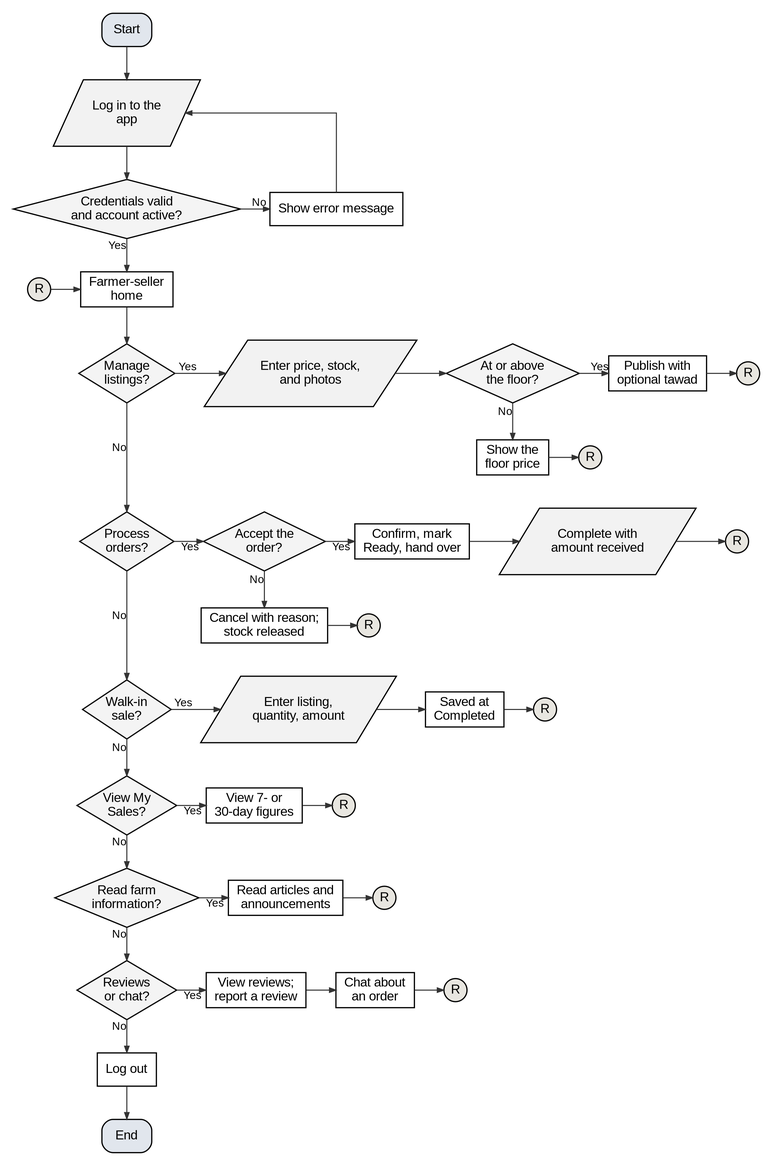
shawncastaneda11-commits/anihow-backend keeps this Graphviz diagram as docs/manuscript/figures/fig5d_flow_farmer_seller.png. Above is the earlier version. Its source is kept beside it as docs/manuscript/figures/src/fig5d_flow_farmer_seller.dot.
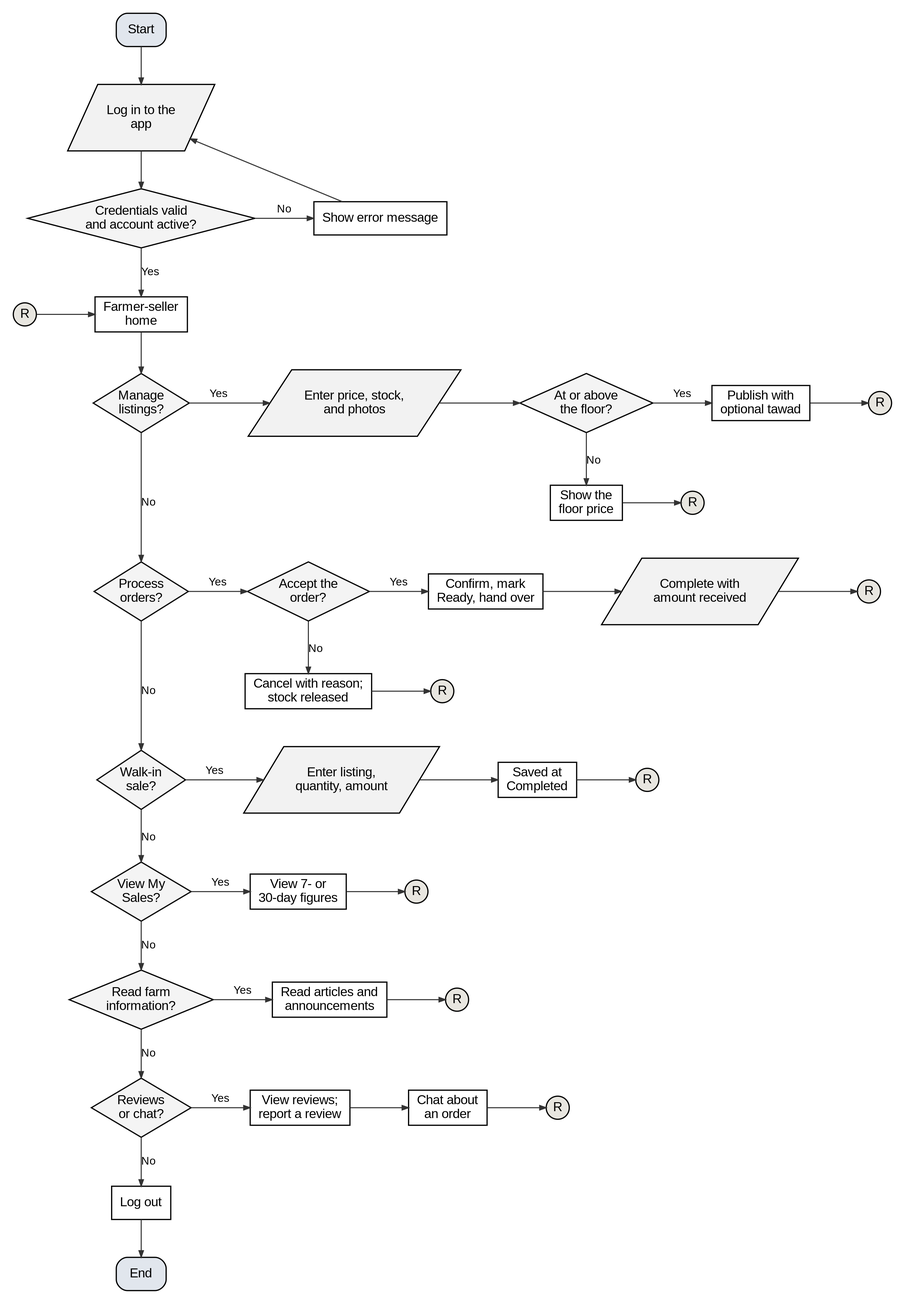
The same diagram one commit later.

What changed in the source:
```diff
@@ -1,5 +1,5 @@
 digraph G {
-  graph [rankdir=TB, nodesep=0.45, ranksep=0.5, pad=0.2, fontname="Liberation Sans", newrank=true, splines=ortho];
+  graph [rankdir=TB, nodesep=0.45, ranksep=0.55, pad=0.2, fontname="Liberation Sans", newrank=true, splines=polyline];
   node  [fontname="Liberation Sans", fontsize=14, penwidth=1.3, style=filled, fillcolor="#FFFFFF", margin="0.12,0.06"];
   edge  [penwidth=1.1, arrowsize=0.7, color="#333333", fontname="Liberation Sans", fontsize=12];
   s [shape=box, style="rounded,filled", fillcolor="#E1E6ED", label="Start"];
@@ -12,77 +12,77 @@
   end [shape=box, style="rounded,filled", fillcolor="#E1E6ED", label="End"];
   s -> li;
   li -> ok;
-  ok -> err [xlabel="No"];
+  ok -> err [label="No"];
   err -> li [constraint=false];
-  ok -> home [xlabel="Yes"];
+  ok -> home [label="Yes"];
   ain -> home;
   {rank=same; ok err}
   {rank=same; home ain}
   q0 [shape=diamond, fillcolor="#F4F4F4", label="Manage\nlistings?", margin="0.02,0.02"];
   home -> q0;
   s0_0 [shape=parallelogram, fillcolor="#F2F2F2", label="Enter price, stock,\nand photos", margin="0.02,0.04"];
-  q0 -> s0_0 [xlabel="Yes"];
+  q0 -> s0_0 [label="Yes"];
   s0_1 [shape=diamond, fillcolor="#F4F4F4", label="At or above\nthe floor?", margin="0.02,0.02"];
   s0_0 -> s0_1;
   a0_1 [shape=box, label="Show the\nfloor price"];
   xa0_1 [shape=circle, width=0.35, fixedsize=true, fillcolor="#E8E6E0", label="R"];
-  s0_1 -> a0_1 [xlabel="No"];
+  s0_1 -> a0_1 [label="No"];
   a0_1 -> xa0_1;
   {rank=same; a0_1; xa0_1}
   s0_2 [shape=box, label="Publish with\noptional tawad"];
-  s0_1 -> s0_2 [xlabel="Yes"];
+  s0_1 -> s0_2 [label="Yes"];
   r0 [shape=circle, width=0.35, fixedsize=true, fillcolor="#E8E6E0", label="R"];
   s0_2 -> r0;
   {rank=same; q0; s0_0; s0_1; s0_2; r0}
   q1 [shape=diamond, fillcolor="#F4F4F4", label="Process\norders?", margin="0.02,0.02"];
-  q0 -> q1 [xlabel="No", minlen=2];
+  q0 -> q1 [label="No", minlen=2];
   s1_0 [shape=diamond, fillcolor="#F4F4F4", label="Accept the\norder?", margin="0.02,0.02"];
-  q1 -> s1_0 [xlabel="Yes"];
+  q1 -> s1_0 [label="Yes"];
   a1_0 [shape=box, label="Cancel with reason;\nstock released"];
   xa1_0 [shape=circle, width=0.35, fixedsize=true, fillcolor="#E8E6E0", label="R"];
-  s1_0 -> a1_0 [xlabel="No"];
+  s1_0 -> a1_0 [label="No"];
   a1_0 -> xa1_0;
   {rank=same; a1_0; xa1_0}
   s1_1 [shape=box, label="Confirm, mark\nReady, hand over"];
-  s1_0 -> s1_1 [xlabel="Yes"];
+  s1_0 -> s1_1 [label="Yes"];
   s1_2 [shape=parallelogram, fillcolor="#F2F2F2", label="Complete with\namount received", margin="0.02,0.04"];
   s1_1 -> s1_2;
   r1 [shape=circle, width=0.35, fixedsize=true, fillcolor="#E8E6E0", label="R"];
   s1_2 -> r1;
   {rank=same; q1; s1_0; s1_1; s1_2; r1}
   q2 [shape=diamond, fillcolor="#F4F4F4", label="Walk-in\nsale?", margin="0.02,0.02"];
-  q1 -> q2 [xlabel="No", minlen=2];
+  q1 -> q2 [label="No", minlen=2];
   s2_0 [shape=parallelogram, fillcolor="#F2F2F2", label="Enter listing,\nquantity, amount", margin="0.02,0.04"];
-  q2 -> s2_0 [xlabel="Yes"];
+  q2 -> s2_0 [label="Yes"];
   s2_1 [shape=box, label="Saved at\nCompleted"];
   s2_0 -> s2_1;
   r2 [shape=circle, width=0.35, fixedsize=true, fillcolor="#E8E6E0", label="R"];
   s2_1 -> r2;
   {rank=same; q2; s2_0; s2_1; r2}
   q3 [shape=diamond, fillcolor="#F4F4F4", label="View My\nSales?", margin="0.02,0.02"];
-  q2 -> q3 [xlabel="No"];
+  q2 -> q3 [label="No"];
   s3_0 [shape=box, label="View 7- or\n30-day figures"];
-  q3 -> s3_0 [xlabel="Yes"];
+  q3 -> s3_0 [label="Yes"];
   r3 [shape=circle, width=0.35, fixedsize=true, fillcolor="#E8E6E0", label="R"];
   s3_0 -> r3;
   {rank=same; q3; s3_0; r3}
   q4 [shape=diamond, fillcolor="#F4F4F4", label="Read farm\ninformation?", margin="0.02,0.02"];
-  q3 -> q4 [xlabel="No"];
+  q3 -> q4 [label="No"];
   s4_0 [shape=box, label="Read articles and\nannouncements"];
-  q4 -> s4_0 [xlabel="Yes"];
+  q4 -> s4_0 [label="Yes"];
   r4 [shape=circle, width=0.35, fixedsize=true, fillcolor="#E8E6E0", label="R"];
   s4_0 -> r4;
   {rank=same; q4; s4_0; r4}
   q5 [shape=diamond, fillcolor="#F4F4F4", label="Reviews\nor chat?", margin="0.02,0.02"];
-  q4 -> q5 [xlabel="No"];
+  q4 -> q5 [label="No"];
   s5_0 [shape=box, label="View reviews;\nreport a review"];
-  q5 -> s5_0 [xlabel="Yes"];
+  q5 -> s5_0 [label="Yes"];
   s5_1 [shape=box, label="Chat about\nan order"];
   s5_0 -> s5_1;
   r5 [shape=circle, width=0.35, fixedsize=true, fillcolor="#E8E6E0", label="R"];
   s5_1 -> r5;
   {rank=same; q5; s5_0; s5_1; r5}
-  q5 -> lo [xlabel="No"];
+  q5 -> lo [label="No"];
   lo -> end;
   s [group=trunk];
   li [group=trunk];
```
